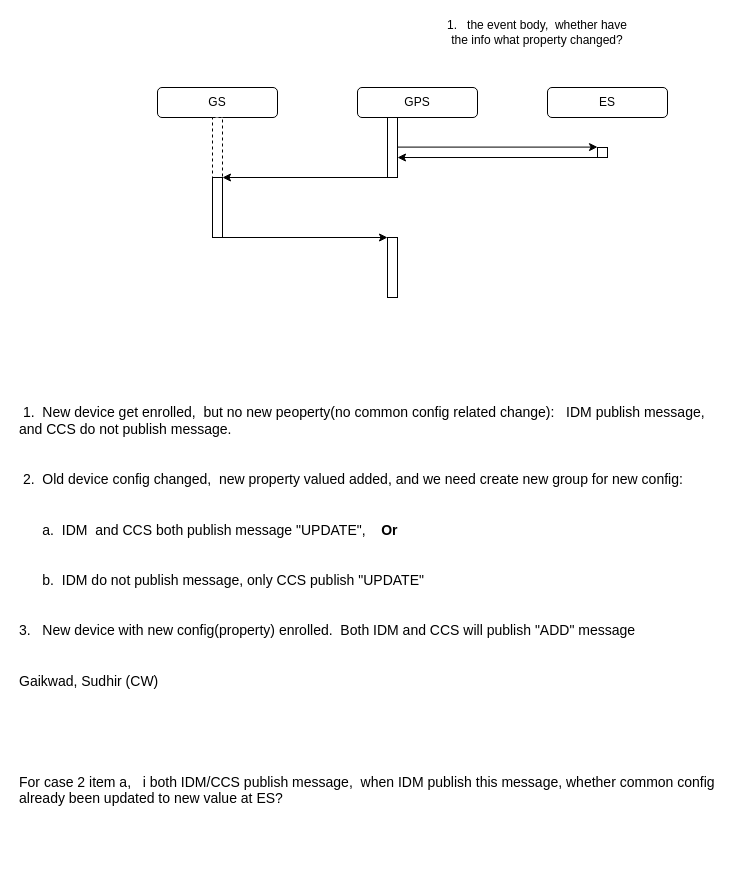
This is Untitled Diagram.drawio from zhangwm1987/mydraw_io, a draw.io file, before an edit. Source tidied: cells renumbered, new cells numbered last; positions are measured from the earlier drawing's top-left corner, leaving out a move shared by most shapes. Both pictures are drawn from the tidied source at 100%, with x=0, y=0 at pixel (17, 17).
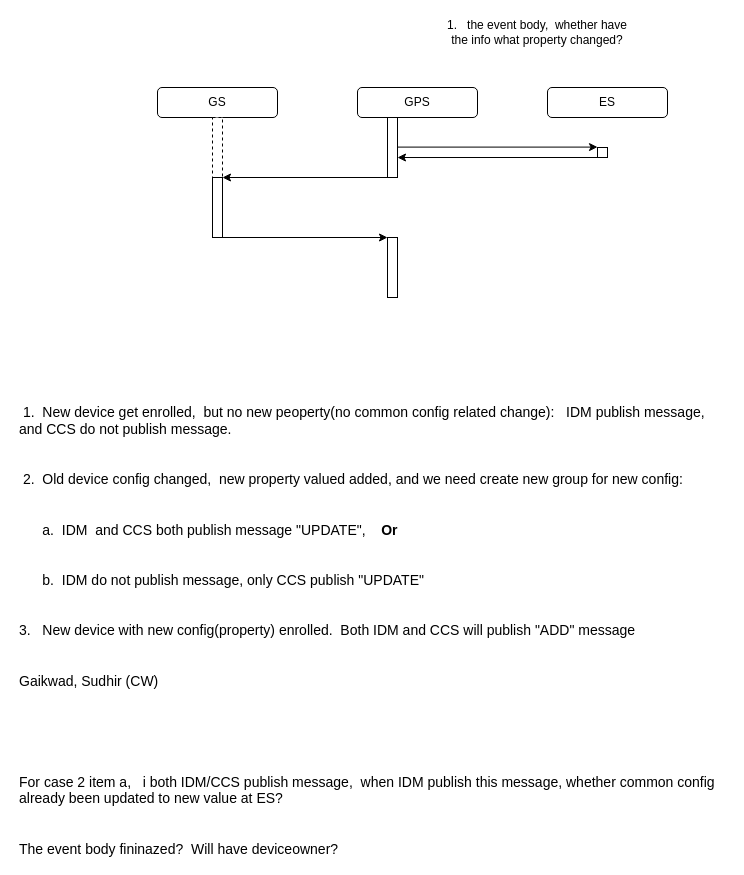
The same page after the edit.

Change to the diagram source:
```diff
@@
 <mxGraphModel>
   <root>
     <mxCell id="0" />
     <mxCell id="1" parent="0" />
     <mxCell id="2" value="GS" style="rounded=1;whiteSpace=wrap;html=1;" parent="1" vertex="1">
       <mxGeometry x="140" y="70" width="120" height="30" as="geometry" />
     </mxCell>
     <mxCell id="3" value="GPS" style="rounded=1;whiteSpace=wrap;html=1;" parent="1" vertex="1">
       <mxGeometry x="340" y="70" width="120" height="30" as="geometry" />
     </mxCell>
     <mxCell id="4" style="rounded=0;whiteSpace=wrap;html=1;dashed=1;" parent="1" vertex="1">
       <mxGeometry x="195" y="100" width="10" height="60" as="geometry" />
     </mxCell>
     <mxCell id="5" style="rounded=0;whiteSpace=wrap;html=1;" parent="1" vertex="1">
       <mxGeometry x="195" y="160" width="10" height="60" as="geometry" />
     </mxCell>
     <mxCell id="6" style="rounded=0;whiteSpace=wrap;html=1;" parent="1" vertex="1">
       <mxGeometry x="370" y="100" width="10" height="60" as="geometry" />
     </mxCell>
     <mxCell id="7" style="endArrow=classic;html=1;entryX=1;entryY=0;entryDx=0;entryDy=0;exitX=0;exitY=1;exitDx=0;exitDy=0;" parent="1" edge="1" source="6" target="5">
       <mxGeometry relative="1" as="geometry" />
     </mxCell>
     <mxCell id="8" style="endArrow=classic;html=1;" parent="1" edge="1">
       <mxGeometry relative="1" as="geometry">
         <mxPoint x="205" y="220" as="sourcePoint" />
         <mxPoint x="370" y="220" as="targetPoint" />
       </mxGeometry>
     </mxCell>
     <mxCell id="9" style="rounded=0;whiteSpace=wrap;html=1;" parent="1" vertex="1">
       <mxGeometry x="370" y="220" width="10" height="60" as="geometry" />
     </mxCell>
     <mxCell id="10" value="1.&amp;nbsp; &amp;nbsp;the event body,&amp;nbsp; whether have the info what property changed?" style="text;html=1;strokeColor=none;fillColor=none;align=center;verticalAlign=middle;whiteSpace=wrap;rounded=0;" parent="1" vertex="1">
       <mxGeometry x="420" width="200" height="30" as="geometry" />
     </mxCell>
     <mxCell id="11" value="ES" style="rounded=1;whiteSpace=wrap;html=1;" parent="1" vertex="1">
       <mxGeometry x="530" y="70" width="120" height="30" as="geometry" />
     </mxCell>
     <mxCell id="12" style="rounded=0;whiteSpace=wrap;html=1;" parent="1" vertex="1">
       <mxGeometry x="580" y="130" width="10" height="10" as="geometry" />
     </mxCell>
     <mxCell id="13" style="endArrow=classic;html=1;" parent="1" edge="1">
       <mxGeometry relative="1" as="geometry">
         <mxPoint x="380" y="129.6" as="sourcePoint" />
         <mxPoint x="580" y="129.6" as="targetPoint" />
       </mxGeometry>
     </mxCell>
     <mxCell id="14" style="endArrow=classic;html=1;exitX=0;exitY=1;exitDx=0;exitDy=0;entryX=1;entryY=0.667;entryDx=0;entryDy=0;entryPerimeter=0;" parent="1" edge="1" source="12" target="6">
       <mxGeometry relative="1" as="geometry" />
     </mxCell>
-    <mxCell id="15" value="&lt;div style=&quot;box-sizing: border-box; font-size: 14px; font-style: normal; font-weight: 400; letter-spacing: normal; text-indent: 0px; text-transform: none; word-spacing: 0px;&quot;&gt;&lt;div&gt;&amp;nbsp;1.&amp;nbsp; New device get enrolled,&amp;nbsp; but no new peoperty(no common config related change):&amp;nbsp; &amp;nbsp;IDM publish message, and CCS do not publish message.&lt;/div&gt;&#10;&#10;&lt;div&gt;&amp;nbsp;2.&amp;nbsp; Old device config changed,&amp;nbsp; new property valued added, and we need create new group for new config:&amp;nbsp;&lt;/div&gt;&#10;&#10;&lt;div&gt;&amp;nbsp; &amp;nbsp; &amp;nbsp; a.&amp;nbsp; IDM&amp;nbsp; and CCS both publish message &quot;UPDATE&quot;,&amp;nbsp; &amp;nbsp; &lt;strong&gt;Or &lt;/strong&gt;&lt;/div&gt;&#10;&#10;&lt;div&gt;&amp;nbsp; &amp;nbsp; &amp;nbsp; b.&amp;nbsp; IDM do not publish message, only CCS publish &quot;UPDATE&quot;&lt;/div&gt;&#10;&#10;&lt;div&gt;3.&amp;nbsp; &amp;nbsp;New device with new config(property) enrolled.&amp;nbsp; Both IDM and CCS will publish &quot;ADD&quot; message&lt;/div&gt;&#10;&#10;&lt;div&gt;&lt;span itemscope=&quot;&quot; class=&quot;at-mentions-focus person-card-hover&quot; tabindex=&quot;0&quot;&gt;Gaikwad, Sudhir (CW)&lt;/span&gt;&lt;/div&gt;&#10;&#10;&lt;div&gt;&amp;nbsp;&lt;/div&gt;&#10;&#10;&lt;div&gt;For case 2 item a,&amp;nbsp; &amp;nbsp;i both IDM/CCS publish message,&amp;nbsp; when IDM publish this message, whether common config already been updated to new value at ES?&lt;/div&gt;&lt;/div&gt;" style="text;whiteSpace=wrap;html=1;" parent="1" vertex="1">
+    <mxCell id="15" value="&lt;div style=&quot;box-sizing: border-box ; font-size: 14px ; font-style: normal ; font-weight: 400 ; letter-spacing: normal ; text-indent: 0px ; text-transform: none ; word-spacing: 0px&quot;&gt;&lt;div&gt;&amp;nbsp;1.&amp;nbsp; New device get enrolled,&amp;nbsp; but no new peoperty(no common config related change):&amp;nbsp; &amp;nbsp;IDM publish message, and CCS do not publish message.&lt;/div&gt;&lt;br&gt;&lt;br&gt;&lt;div&gt;&amp;nbsp;2.&amp;nbsp; Old device config changed,&amp;nbsp; new property valued added, and we need create new group for new config:&amp;nbsp;&lt;/div&gt;&lt;br&gt;&lt;br&gt;&lt;div&gt;&amp;nbsp; &amp;nbsp; &amp;nbsp; a.&amp;nbsp; IDM&amp;nbsp; and CCS both publish message &quot;UPDATE&quot;,&amp;nbsp; &amp;nbsp; &lt;strong&gt;Or &lt;/strong&gt;&lt;/div&gt;&lt;br&gt;&lt;br&gt;&lt;div&gt;&amp;nbsp; &amp;nbsp; &amp;nbsp; b.&amp;nbsp; IDM do not publish message, only CCS publish &quot;UPDATE&quot;&lt;/div&gt;&lt;br&gt;&lt;br&gt;&lt;div&gt;3.&amp;nbsp; &amp;nbsp;New device with new config(property) enrolled.&amp;nbsp; Both IDM and CCS will publish &quot;ADD&quot; message&lt;/div&gt;&lt;br&gt;&lt;br&gt;&lt;div&gt;&lt;span itemscope=&quot;&quot; class=&quot;at-mentions-focus person-card-hover&quot; tabindex=&quot;0&quot;&gt;Gaikwad, Sudhir (CW)&lt;/span&gt;&lt;/div&gt;&lt;br&gt;&lt;br&gt;&lt;div&gt;&amp;nbsp;&lt;/div&gt;&lt;br&gt;&lt;br&gt;&lt;div&gt;For case 2 item a,&amp;nbsp; &amp;nbsp;i both IDM/CCS publish message,&amp;nbsp; when IDM publish this message, whether common config already been updated to new value at ES?&lt;/div&gt;&lt;div&gt;&lt;br&gt;&lt;/div&gt;&lt;div&gt;&lt;br&gt;&lt;/div&gt;&lt;div&gt;The event body fininazed?&amp;nbsp; Will have deviceowner?&lt;/div&gt;&lt;/div&gt;" style="text;whiteSpace=wrap;html=1;" parent="1" vertex="1">
       <mxGeometry y="380" width="710" height="420" as="geometry" />
     </mxCell>
   </root>
 </mxGraphModel>
```
